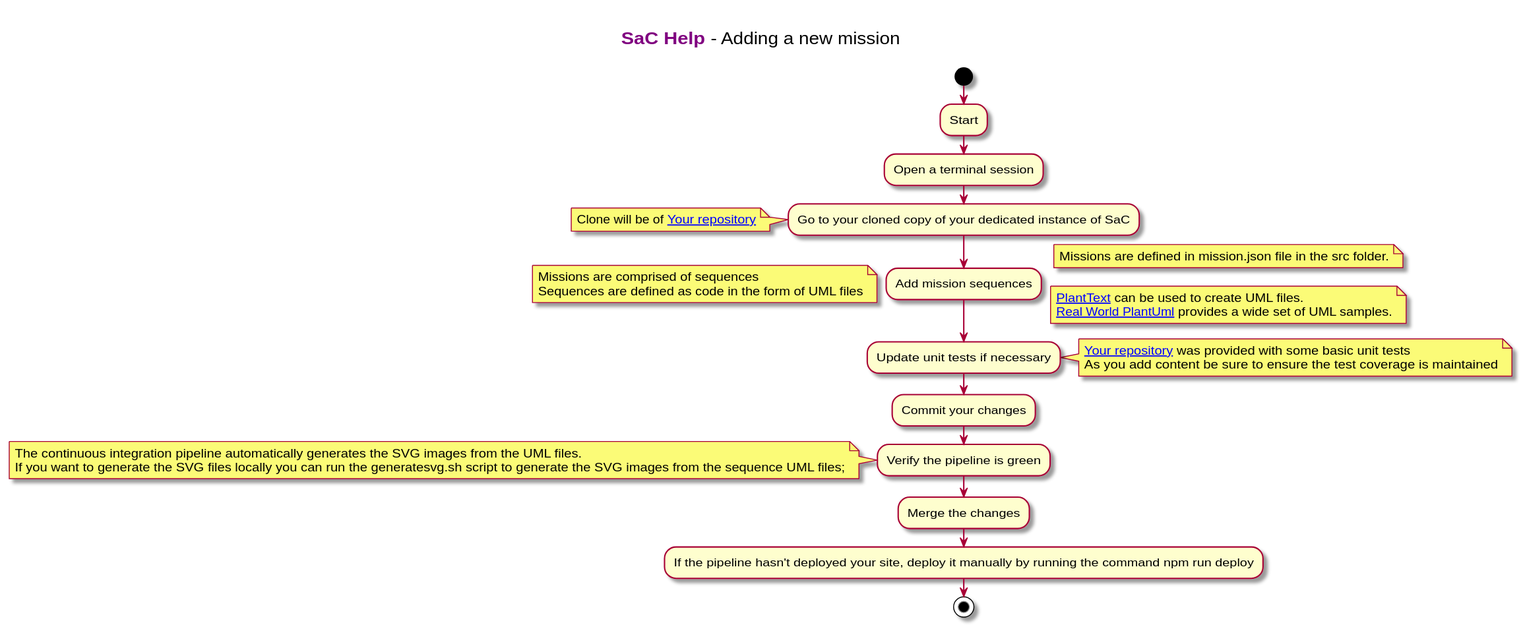
This is src/sequences/sachelp/images/mission.svg from dxc-technology/Sequences-as-Code, a PlantUML export, as it was before one commit. The source it was exported from:
```plantuml
@startuml

title

  <font color=purple><b>SaC Help</b></font> - Adding a new mission

end title

start
:Start;
:Open a terminal session;
:Go to your cloned copy of your dedicated instance of SaC;
note left
 Clone will be of [[https://github.com/your_organization/your_repository{Right click to open in a new window or a new tab} Your repository]]
end note
:Add mission sequences;
note right
  Missions are defined in mission.json file in the src folder.
end note
note left
  Missions are comprised of sequences
  Sequences are defined as code in the form of UML files
end note
note right
  [[https://www.planttext.com/{Right click to open PlantText in a new window or a new tab} PlantText]] can be used to create UML files.
  [[https://real-world-plantuml.com{Right click to open Real World PlantUml in a new window or a new tab} Real World PlantUml]] provides a wide set of UML samples.
end note
:Update unit tests if necessary;
note right
  [[https://github.com/your_organization/your_repository{Right click to open in a new window or a new tab} Your repository]] was provided with some basic unit tests
  As you add content be sure to ensure the test coverage is maintained
end note
:Commit your changes;
:Verify the pipeline is green;
note left
  The continuous integration pipeline automatically generates the SVG images from the UML files.
  If you want to generate the SVG files locally you can run the generatesvg.sh script to generate the SVG images from the sequence UML files;
end note
:Merge the changes;
:If the pipeline hasn't deployed your site, deploy it manually by running the command npm run deploy;
stop
@enduml
```
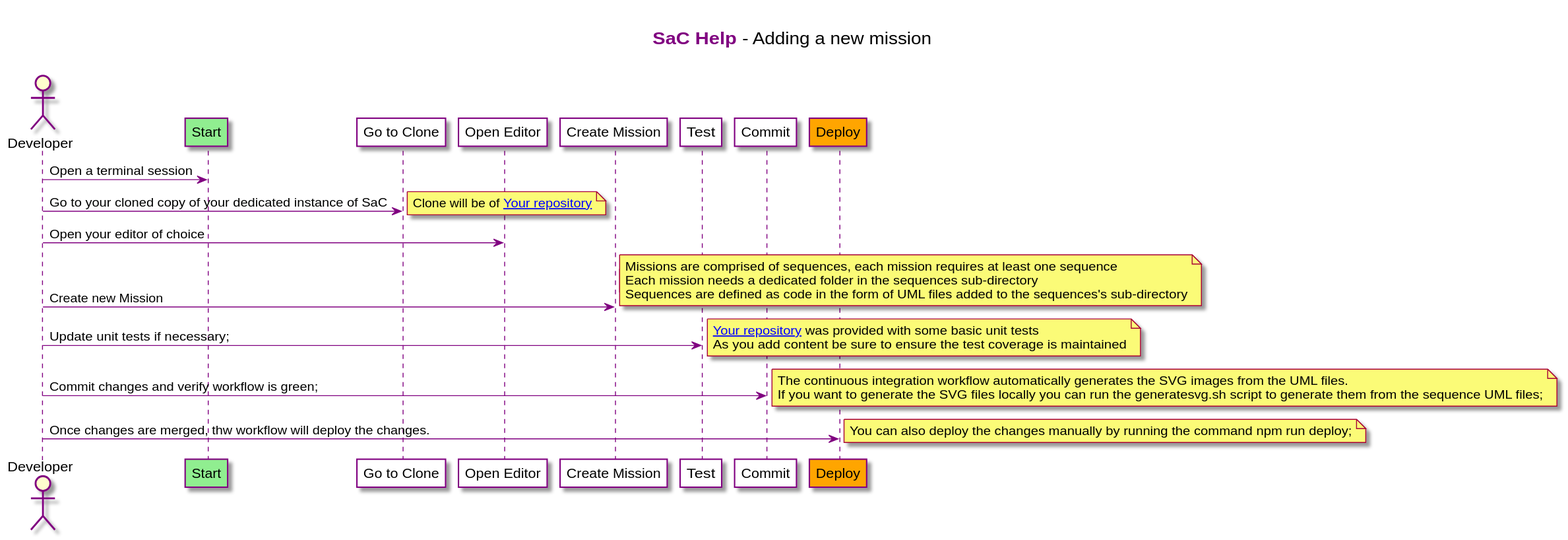
Above is the later version.

Change to the diagram source:
```diff
@@ -6,37 +6,47 @@
 
 end title
 
-start
-:Start;
-:Open a terminal session;
-:Go to your cloned copy of your dedicated instance of SaC;
-note left
- Clone will be of [[https://github.com/your_organization/your_repository{Right click to open in a new window or a new tab} Your repository]]
+skinparam sequenceArrowColor Purple
+skinparam sequenceParticipantBorderColor Purple
+skinparam sequenceActorBorderColor Purple
+skinparam sequenceLifeLineBorderColor Purple
+actor Developer
+participant "Start" as A #lightGreen
+participant "Go to Clone" as B #white
+participant "Open Editor" as C #white
+participant "Create Mission" as D #white
+participant "Test" as E #white
+participant "Commit" as F #white
+participant "Deploy" as G #orange
+
+
+Developer -> A: Open a terminal session
+Developer -> B: Go to your cloned copy of your dedicated instance of SaC
+note right
+   Clone will be of [[https://github.com/your_organization/your_repository{Right click to open in a new window or a new tab} Your repository]]
 end note
-:Add mission sequences;
+Developer -> C: Open your editor of choice
+Developer -> D: Create new Mission
 note right
   Missions are defined in mission.json file in the src folder.
 end note
-note left
-  Missions are comprised of sequences
-  Sequences are defined as code in the form of UML files
+note right
+  Missions are comprised of sequences, each mission requires at least one sequence
+  Each mission needs a dedicated folder in the sequences sub-directory
+  Sequences are defined as code in the form of UML files added to the sequences's sub-directory
 end note
-note right
-  [[https://www.planttext.com/{Right click to open PlantText in a new window or a new tab} PlantText]] can be used to create UML files.
-  [[https://real-world-plantuml.com{Right click to open Real World PlantUml in a new window or a new tab} Real World PlantUml]] provides a wide set of UML samples.
-end note
-:Update unit tests if necessary;
+Developer -> E: Update unit tests if necessary;
 note right
   [[https://github.com/your_organization/your_repository{Right click to open in a new window or a new tab} Your repository]] was provided with some basic unit tests
   As you add content be sure to ensure the test coverage is maintained
 end note
-:Commit your changes;
-:Verify the pipeline is green;
-note left
-  The continuous integration pipeline automatically generates the SVG images from the UML files.
-  If you want to generate the SVG files locally you can run the generatesvg.sh script to generate the SVG images from the sequence UML files;
+Developer -> F: Commit changes and verify workflow is green;
+note right
+  The continuous integration workflow automatically generates the SVG images from the UML files.
+  If you want to generate the SVG files locally you can run the generatesvg.sh script to generate them from the sequence UML files;
 end note
-:Merge the changes;
-:If the pipeline hasn't deployed your site, deploy it manually by running the command npm run deploy;
-stop
+Developer -> G: Once changes are merged, thw workflow will deploy the changes.
+note right
+  You can also deploy the changes manually by running the command npm run deploy;
+end note
 @enduml
```
